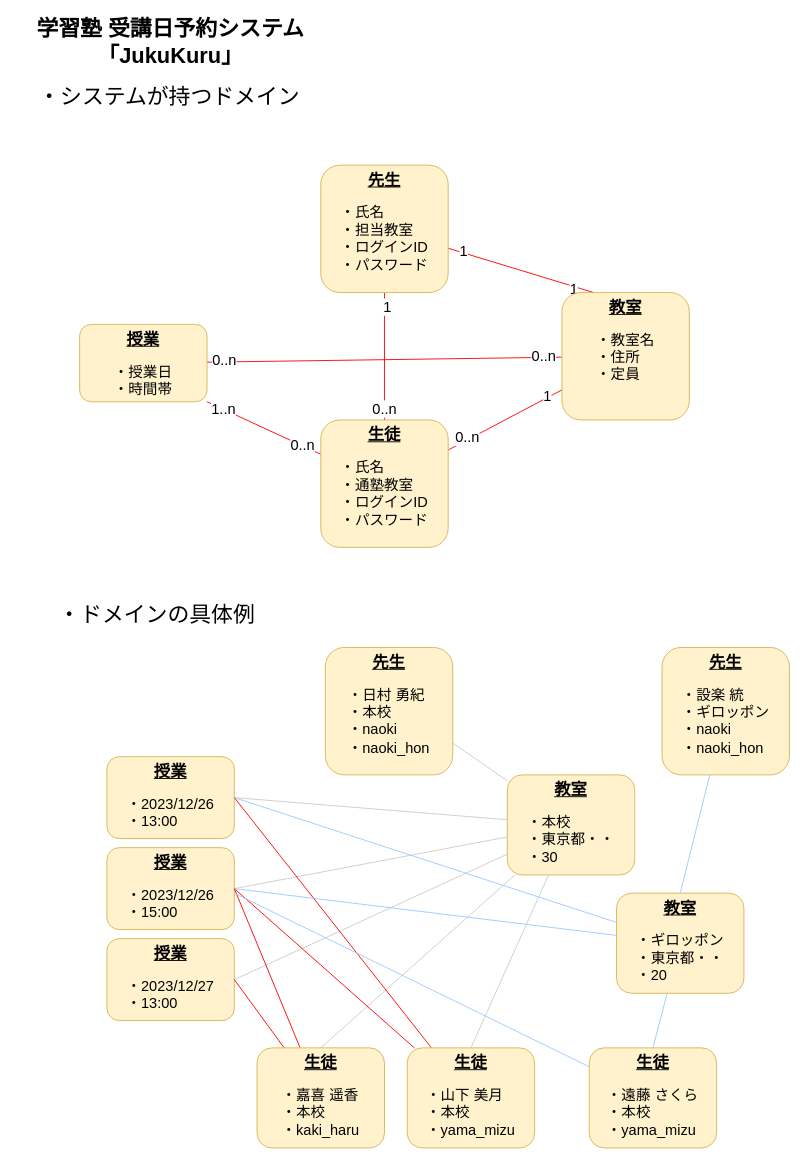
Before: 00_設計/03_基本設計_ドメインモデル.drawio in EijiToriki/JukuKuru_React-Spring, a draw.io diagram. Source tidied: cells renumbered, new cells numbered last; positions are measured from the earlier drawing's top-left corner, leaving out a move shared by most shapes. Both pictures are drawn from the tidied source at 91%, with x=0, y=0 at pixel (15, 28).
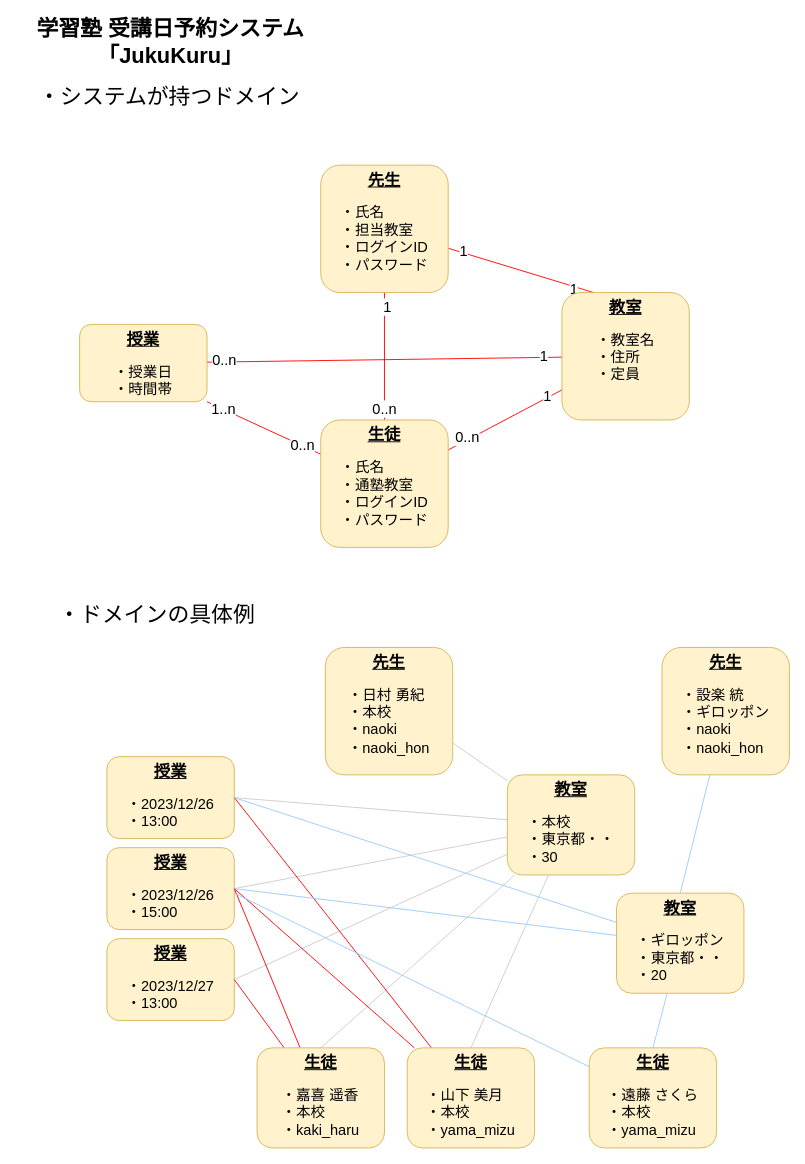
The same page after the edit.

The change refers to these unchanged cells:
```xml
<mxCell id="9" style="edgeStyle=none;html=1;strokeColor=#FF0000;fontSize=16;endArrow=none;endFill=0;" parent="1" edge="1" source="15" target="20">
  <mxGeometry relative="1" as="geometry" />
</mxCell>
```

What changed in the source:
```diff
@@
-    <mxCell id="10" value="0..n" style="edgeLabel;html=1;align=center;verticalAlign=middle;fontSize=16;" parent="9" vertex="1">
+    <mxCell id="10" value="1" style="edgeLabel;html=1;align=center;verticalAlign=middle;fontSize=16;" parent="9" vertex="1">
       <mxGeometry x="-0.9" y="-2" relative="1" as="geometry" />
     </mxCell>
```
